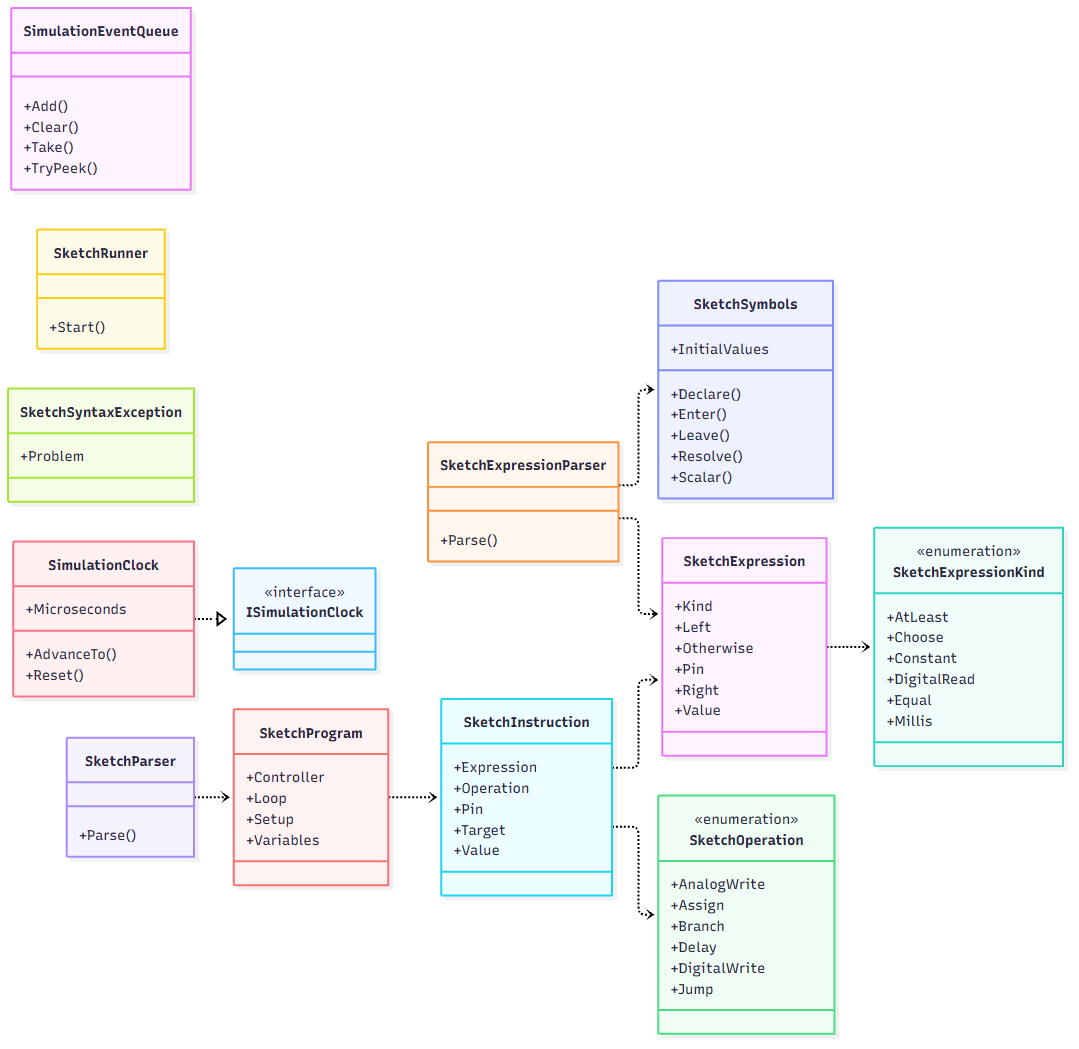
Above: docs/uml/images/simulation-simulation-04.png in Ismail-DEV-dg/3D-physical-Technical-constructor (Mermaid), before the change. Its source is kept beside it as docs/uml/generated/simulation-simulation-04.mmd. The source it was exported from:
```mermaid
classDiagram
    direction LR
    class T01["SketchExpression"]
    T01 : +Kind
    T01 : +Left
    T01 : +Otherwise
    T01 : +Pin
    T01 : +Right
    T01 : +Value
    class T02["SketchExpressionKind"]
    <<enumeration>> T02
    T02 : +AtLeast
    T02 : +Choose
    T02 : +Constant
    T02 : +DigitalRead
    T02 : +Equal
    T02 : +Millis
    class T03["SketchExpressionParser"]
    T03 : +Parse()
    class T04["SketchInstruction"]
    T04 : +Expression
    T04 : +Operation
    T04 : +Pin
    T04 : +Target
    T04 : +Value
    class T05["SketchOperation"]
    <<enumeration>> T05
    T05 : +AnalogWrite
    T05 : +Assign
    T05 : +Branch
    T05 : +Delay
    T05 : +DigitalWrite
    T05 : +Jump
    class T06["SketchParser"]
    T06 : +Parse()
    class T07["SketchProgram"]
    T07 : +Controller
    T07 : +Loop
    T07 : +Setup
    T07 : +Variables
    class T08["SketchRunner"]
    T08 : +Start()
    class T09["SketchSymbols"]
    T09 : +Declare()
    T09 : +Enter()
    T09 : +InitialValues
    T09 : +Leave()
    T09 : +Resolve()
    T09 : +Scalar()
    class T10["SketchSyntaxException"]
    T10 : +Problem
    class T11["ISimulationClock"]
    <<interface>> T11
    class T12["SimulationClock"]
    T12 : +AdvanceTo()
    T12 : +Microseconds
    T12 : +Reset()
    class T13["SimulationEventQueue"]
    T13 : +Add()
    T13 : +Clear()
    T13 : +Take()
    T13 : +TryPeek()
    T01 ..> T02
    T03 ..> T09
    T03 ..> T01
    T04 ..> T05
    T04 ..> T01
    T06 ..> T07
    T07 ..> T04
    T12 ..|> T11
```
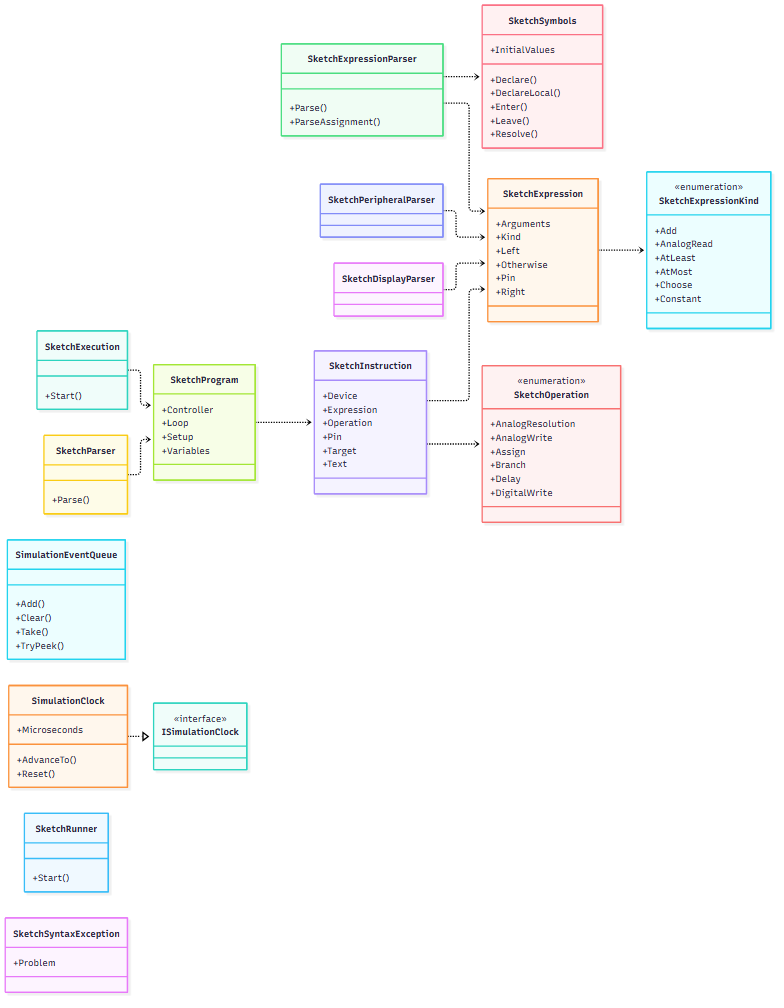
After the change.

Change to the diagram source:
```diff
@@ -1,70 +1,79 @@
 classDiagram
     direction LR
-    class T01["SketchExpression"]
-    T01 : +Kind
-    T01 : +Left
-    T01 : +Otherwise
-    T01 : +Pin
-    T01 : +Right
-    T01 : +Value
-    class T02["SketchExpressionKind"]
-    <<enumeration>> T02
-    T02 : +AtLeast
-    T02 : +Choose
-    T02 : +Constant
-    T02 : +DigitalRead
-    T02 : +Equal
-    T02 : +Millis
-    class T03["SketchExpressionParser"]
-    T03 : +Parse()
-    class T04["SketchInstruction"]
-    T04 : +Expression
-    T04 : +Operation
-    T04 : +Pin
-    T04 : +Target
-    T04 : +Value
-    class T05["SketchOperation"]
-    <<enumeration>> T05
-    T05 : +AnalogWrite
-    T05 : +Assign
-    T05 : +Branch
-    T05 : +Delay
-    T05 : +DigitalWrite
-    T05 : +Jump
-    class T06["SketchParser"]
-    T06 : +Parse()
-    class T07["SketchProgram"]
-    T07 : +Controller
-    T07 : +Loop
-    T07 : +Setup
-    T07 : +Variables
-    class T08["SketchRunner"]
-    T08 : +Start()
-    class T09["SketchSymbols"]
-    T09 : +Declare()
-    T09 : +Enter()
-    T09 : +InitialValues
-    T09 : +Leave()
-    T09 : +Resolve()
-    T09 : +Scalar()
-    class T10["SketchSyntaxException"]
-    T10 : +Problem
-    class T11["ISimulationClock"]
-    <<interface>> T11
-    class T12["SimulationClock"]
-    T12 : +AdvanceTo()
-    T12 : +Microseconds
-    T12 : +Reset()
-    class T13["SimulationEventQueue"]
-    T13 : +Add()
-    T13 : +Clear()
-    T13 : +Take()
-    T13 : +TryPeek()
-    T01 ..> T02
-    T03 ..> T09
-    T03 ..> T01
-    T04 ..> T05
-    T04 ..> T01
+    class T01["SketchDisplayParser"]
+    class T02["SketchExecution"]
+    T02 : +Start()
+    class T03["SketchExpression"]
+    T03 : +Arguments
+    T03 : +Kind
+    T03 : +Left
+    T03 : +Otherwise
+    T03 : +Pin
+    T03 : +Right
+    class T04["SketchExpressionKind"]
+    <<enumeration>> T04
+    T04 : +Add
+    T04 : +AnalogRead
+    T04 : +AtLeast
+    T04 : +AtMost
+    T04 : +Choose
+    T04 : +Constant
+    class T05["SketchExpressionParser"]
+    T05 : +Parse()
+    T05 : +ParseAssignment()
+    class T06["SketchInstruction"]
+    T06 : +Device
+    T06 : +Expression
+    T06 : +Operation
+    T06 : +Pin
+    T06 : +Target
+    T06 : +Text
+    class T07["SketchOperation"]
+    <<enumeration>> T07
+    T07 : +AnalogResolution
+    T07 : +AnalogWrite
+    T07 : +Assign
+    T07 : +Branch
+    T07 : +Delay
+    T07 : +DigitalWrite
+    class T08["SketchParser"]
+    T08 : +Parse()
+    class T09["SketchPeripheralParser"]
+    class T10["SketchProgram"]
+    T10 : +Controller
+    T10 : +Loop
+    T10 : +Setup
+    T10 : +Variables
+    class T11["SketchRunner"]
+    T11 : +Start()
+    class T12["SketchSymbols"]
+    T12 : +Declare()
+    T12 : +DeclareLocal()
+    T12 : +Enter()
+    T12 : +InitialValues
+    T12 : +Leave()
+    T12 : +Resolve()
+    class T13["SketchSyntaxException"]
+    T13 : +Problem
+    class T14["ISimulationClock"]
+    <<interface>> T14
+    class T15["SimulationClock"]
+    T15 : +AdvanceTo()
+    T15 : +Microseconds
+    T15 : +Reset()
+    class T16["SimulationEventQueue"]
+    T16 : +Add()
+    T16 : +Clear()
+    T16 : +Take()
+    T16 : +TryPeek()
+    T01 ..> T03
+    T02 ..> T10
+    T03 ..> T04
+    T05 ..> T12
+    T05 ..> T03
     T06 ..> T07
-    T07 ..> T04
-    T12 ..|> T11
+    T06 ..> T03
+    T08 ..> T10
+    T09 ..> T03
+    T10 ..> T06
+    T15 ..|> T14
```
